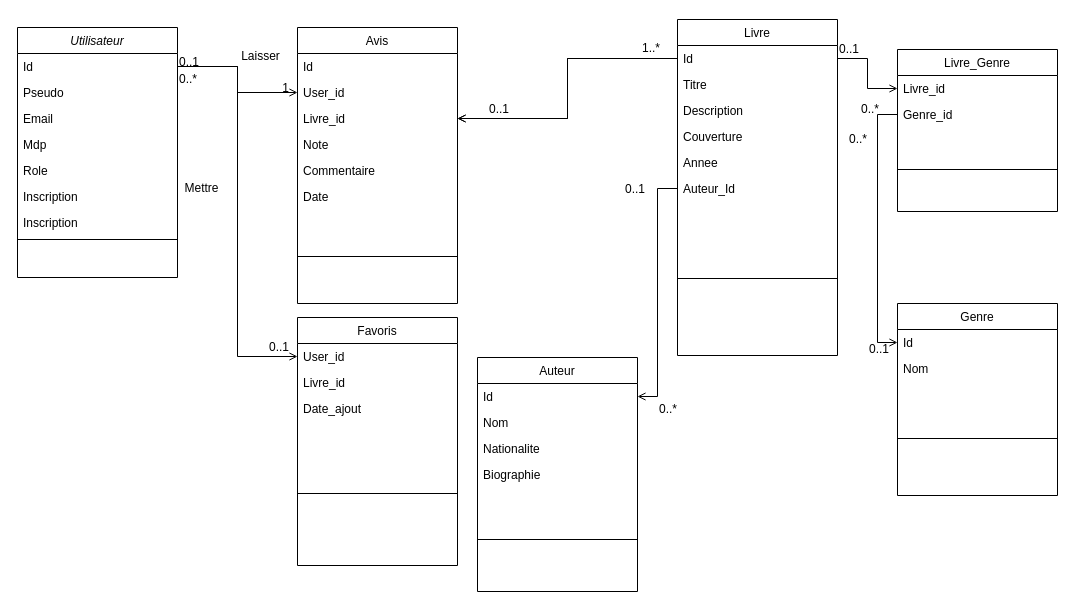
The draw.io diagram OneBakaBook_UML.drawio in Xeno9520/OneBakaBook, before the edit. Source tidied: cells renumbered, new cells numbered last; positions are measured from the earlier drawing's top-left corner, leaving out a move shared by most shapes. Both pictures are drawn from the tidied source at 100%, with x=0, y=0 at pixel (17, 19).
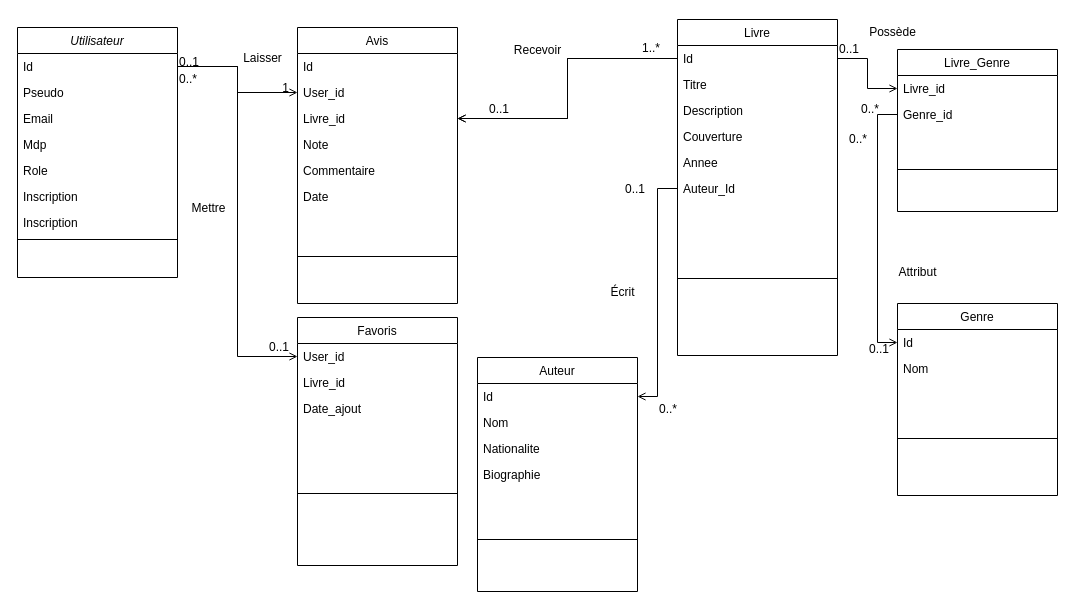
The same page after the edit.

Commit message:
REFACTOR : Ajout des verbes (noms d'associations)

The change refers to these unchanged cells:
```xml
<mxCell id="46" style="endArrow=open;shadow=0;strokeWidth=1;rounded=0;curved=0;endFill=1;edgeStyle=elbowEdgeStyle;elbow=vertical;exitX=1;exitY=0.5;exitDx=0;exitDy=0;" parent="1" edge="1" source="3" target="18">
  <mxGeometry x="0.5" y="41" relative="1" as="geometry">
    <mxPoint x="-40" y="32" as="offset" />
  </mxGeometry>
</mxCell>
```

What changed in the source:
```diff
@@
     <mxCell id="49" value="Mettre" style="text;html=1;align=center;verticalAlign=middle;labelBackgroundColor=none;rounded=0;shadow=0;strokeWidth=1;fontSize=12;" parent="46" vertex="1">
       <mxGeometry x="0.5" y="49" relative="1" as="geometry">
-        <mxPoint x="-61" y="144" as="offset" />
+        <mxPoint x="-54" y="164" as="offset" />
       </mxGeometry>
     </mxCell>
@@
     <mxCell id="51" value="Laisser" style="text;html=1;align=center;verticalAlign=middle;labelBackgroundColor=none;rounded=0;shadow=0;strokeWidth=1;fontSize=12;" parent="1" vertex="1">
-      <mxGeometry x="190" y="168" as="geometry">
-        <mxPoint x="52" y="-132" as="offset" />
+      <mxGeometry x="180" y="168" as="geometry">
+        <mxPoint x="64" y="-130" as="offset" />
       </mxGeometry>
     </mxCell>
@@
+    <mxCell id="67" value="Écrit" style="text;html=1;align=center;verticalAlign=middle;strokeColor=none;fillColor=none;" parent="1" vertex="1">
+      <mxGeometry x="580" y="258" width="50" height="30" as="geometry" />
+    </mxCell>
+    <mxCell id="68" value="Possède" style="text;html=1;align=center;verticalAlign=middle;strokeColor=none;fillColor=none;" parent="1" vertex="1">
+      <mxGeometry x="840" y="-2" width="70" height="30" as="geometry" />
+    </mxCell>
+    <mxCell id="69" value="Attribut" style="text;html=1;align=center;verticalAlign=middle;strokeColor=none;fillColor=none;" parent="1" vertex="1">
+      <mxGeometry x="870" y="238" width="60" height="30" as="geometry" />
+    </mxCell>
+    <mxCell id="70" value="Recevoir" style="text;html=1;align=center;verticalAlign=middle;strokeColor=none;fillColor=none;" parent="1" vertex="1">
+      <mxGeometry x="485" y="16" width="70" height="30" as="geometry" />
+    </mxCell>
```
